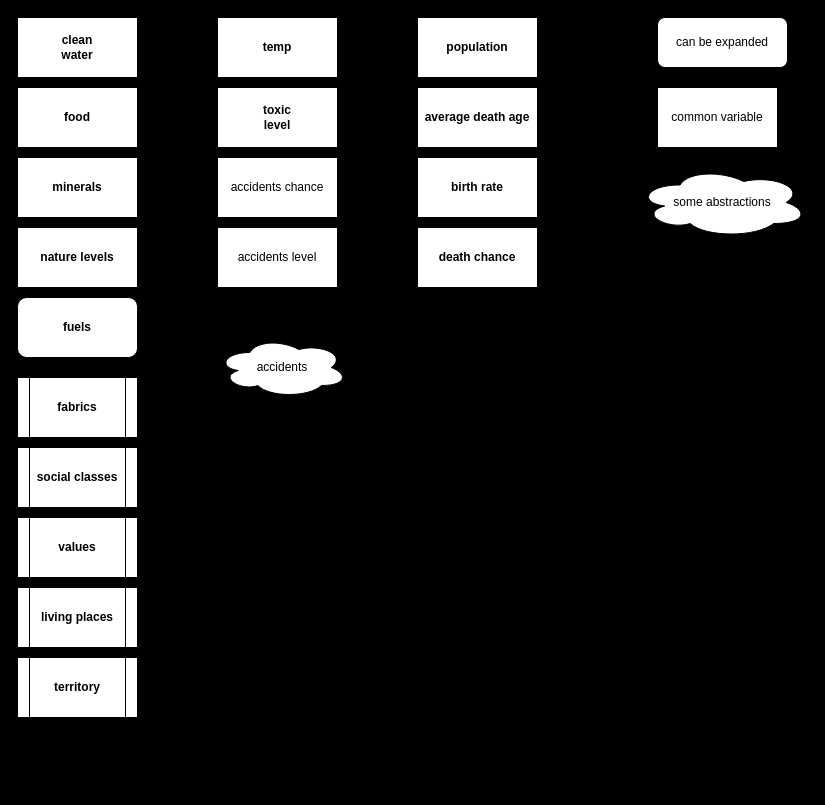
Above: page "MAIN" (1 of 2) of Untitled Diagram.drawio in mick-olka/kadam_project (draw.io), before the change. Source tidied: cells renumbered, new cells numbered last; positions are measured from the earlier drawing's top-left corner, leaving out a move shared by most shapes. Both pictures are drawn from the tidied source at 100%, with x=0, y=0 at pixel (17, 17).
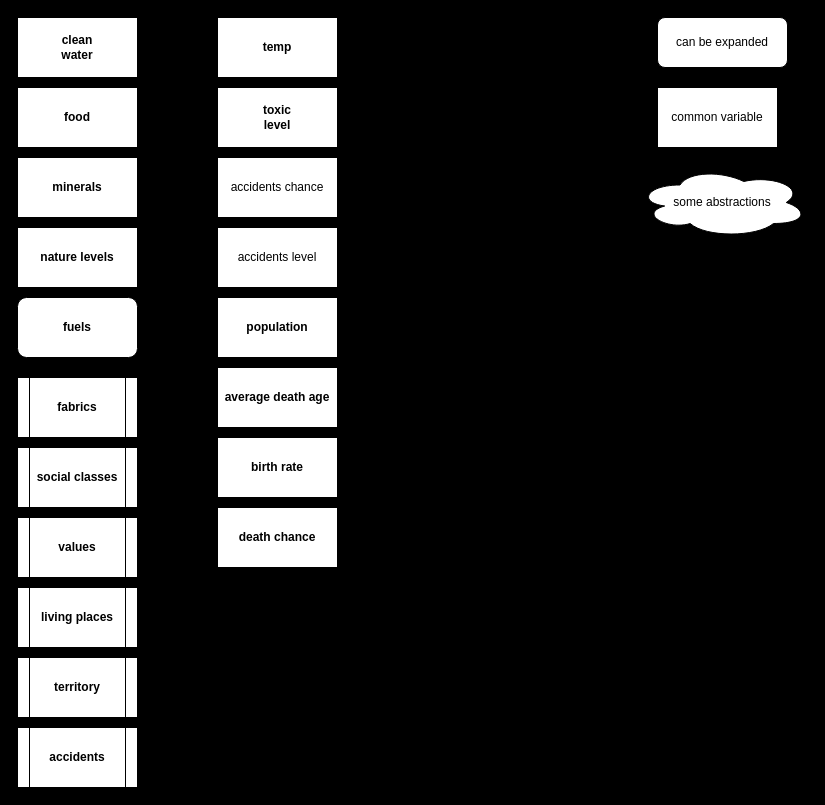
After the change.

Change to the diagram source:
```diff
@@
     <mxCell id="3" value="population" style="rounded=0;whiteSpace=wrap;html=1;fontStyle=1;" parent="1" vertex="1">
-      <mxGeometry x="400" width="120" height="60" as="geometry" />
+      <mxGeometry x="200" y="280" width="120" height="60" as="geometry" />
     </mxCell>
@@
     <mxCell id="6" value="average death age" style="rounded=0;whiteSpace=wrap;html=1;fontStyle=1;" parent="1" vertex="1">
-      <mxGeometry x="400" y="70" width="120" height="60" as="geometry" />
+      <mxGeometry x="200" y="350" width="120" height="60" as="geometry" />
     </mxCell>
     <mxCell id="7" value="birth rate" style="rounded=0;whiteSpace=wrap;html=1;fontStyle=1;" parent="1" vertex="1">
-      <mxGeometry x="400" y="140" width="120" height="60" as="geometry" />
+      <mxGeometry x="200" y="420" width="120" height="60" as="geometry" />
     </mxCell>
     <mxCell id="8" value="death chance" style="rounded=0;whiteSpace=wrap;html=1;fontStyle=1;" parent="1" vertex="1">
-      <mxGeometry x="400" y="210" width="120" height="60" as="geometry" />
+      <mxGeometry x="200" y="490" width="120" height="60" as="geometry" />
     </mxCell>
@@
-    <mxCell id="21" value="&lt;div&gt;accidents&lt;/div&gt;" style="ellipse;shape=cloud;whiteSpace=wrap;html=1;" parent="1" vertex="1">
-      <mxGeometry x="200" y="320" width="130" height="60" as="geometry" />
-    </mxCell>
@@
+    <mxCell id="21" value="accidents" style="shape=process;whiteSpace=wrap;html=1;backgroundOutline=1;fontStyle=1;" parent="1" vertex="1">
+      <mxGeometry y="710" width="120" height="60" as="geometry" />
+    </mxCell>
```
